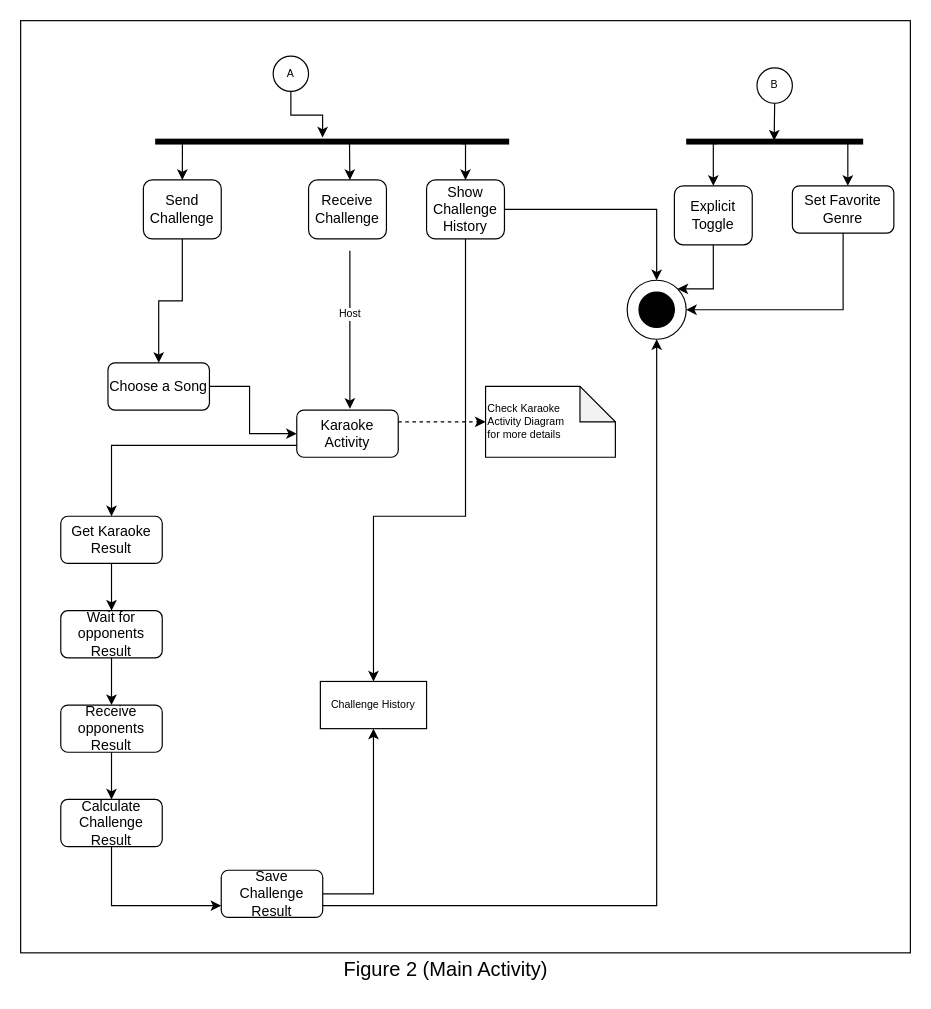
Before: page "Page-2" (2 of 3) of System Analysis/PocketKaraoke Activity Diagram.drawio in FuSan21/PocketKaraoke, a draw.io diagram. Source tidied: cells renumbered, new cells numbered last; positions are measured from the earlier drawing's top-left corner, leaving out a move shared by most shapes. Both pictures are drawn from the tidied source at 118%, with x=0, y=0 at pixel (20, 20).
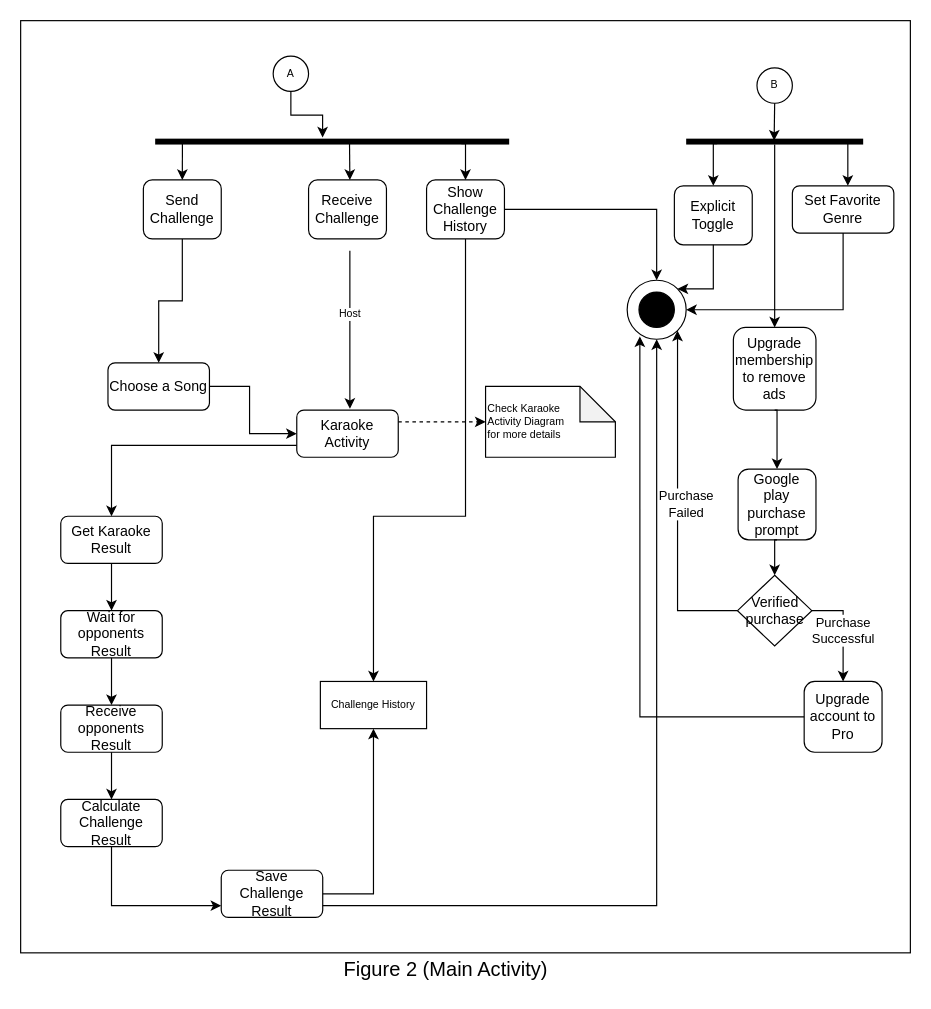
Above is the later version.

The change refers to these unchanged cells:
```xml
<mxCell id="5" style="ellipse;whiteSpace=wrap;html=1;fillColor=none;" parent="1" vertex="1">
  <mxGeometry x="514" y="220" width="50" height="50" as="geometry" />
</mxCell>
<mxCell id="12" style="html=1;points=[];perimeter=orthogonalPerimeter;fillColor=#000000;strokeColor=none;direction=south;" parent="1" vertex="1">
  <mxGeometry x="564" y="100" width="150" height="5" as="geometry" />
</mxCell>
```

The edit, as a diff of the source:
```diff
@@
+    <mxCell id="47" style="edgeStyle=orthogonalEdgeStyle;rounded=0;jettySize=auto;html=1;entryX=0.5;entryY=0;entryDx=0;entryDy=0;" parent="1" edge="1" source="12" target="49">
+      <mxGeometry relative="1" as="geometry" />
+    </mxCell>
+    <mxCell id="48" style="edgeStyle=orthogonalEdgeStyle;rounded=0;jettySize=auto;html=1;exitX=0.5;exitY=1;exitDx=0;exitDy=0;entryX=0.5;entryY=0;entryDx=0;entryDy=0;" parent="1" edge="1" source="49" target="51">
+      <mxGeometry relative="1" as="geometry">
+        <Array as="points">
+          <mxPoint x="641" y="330" />
+        </Array>
+      </mxGeometry>
+    </mxCell>
+    <mxCell id="49" value="Upgrade membership to remove ads" style="rounded=1;whiteSpace=wrap;html=1;fillColor=none;" parent="1" vertex="1">
+      <mxGeometry x="604" y="260" width="70" height="70" as="geometry" />
+    </mxCell>
+    <mxCell id="50" style="edgeStyle=orthogonalEdgeStyle;rounded=0;jettySize=auto;html=1;exitX=0.5;exitY=1;exitDx=0;exitDy=0;entryX=0.5;entryY=0;entryDx=0;entryDy=0;" parent="1" edge="1" source="51" target="54">
+      <mxGeometry relative="1" as="geometry" />
+    </mxCell>
+    <mxCell id="51" value="Google play purchase prompt" style="rounded=1;whiteSpace=wrap;html=1;fillColor=none;" parent="1" vertex="1">
+      <mxGeometry x="608" y="380" width="66" height="60" as="geometry" />
+    </mxCell>
+    <mxCell id="52" value="&lt;div&gt;Purchase&lt;/div&gt;&lt;div&gt;Successful&lt;br&gt;&lt;/div&gt;" style="edgeStyle=orthogonalEdgeStyle;rounded=0;jettySize=auto;html=1;exitX=1;exitY=0.5;exitDx=0;exitDy=0;entryX=0.5;entryY=0;entryDx=0;entryDy=0;" parent="1" edge="1" source="54" target="56">
+      <mxGeometry relative="1" as="geometry" />
+    </mxCell>
+    <mxCell id="53" value="&lt;div&gt;Purchase&lt;/div&gt;&lt;div&gt;Failed&lt;/div&gt;" style="edgeStyle=orthogonalEdgeStyle;rounded=0;jettySize=auto;html=1;exitX=0;exitY=0.5;exitDx=0;exitDy=0;entryX=1;entryY=1;entryDx=0;entryDy=0;" parent="1" edge="1" source="54" target="5">
+      <mxGeometry x="-0.02" y="-7" relative="1" as="geometry" />
+    </mxCell>
+    <mxCell id="54" value="Verified purchase" style="rhombus;whiteSpace=wrap;html=1;" parent="1" vertex="1">
+      <mxGeometry x="607.5" y="470" width="63" height="60" as="geometry" />
+    </mxCell>
+    <mxCell id="55" style="edgeStyle=orthogonalEdgeStyle;rounded=0;jettySize=auto;html=1;exitX=0;exitY=0.5;exitDx=0;exitDy=0;entryX=0.215;entryY=0.952;entryDx=0;entryDy=0;entryPerimeter=0;" parent="1" edge="1" source="56" target="5">
+      <mxGeometry relative="1" as="geometry" />
+    </mxCell>
+    <mxCell id="56" value="Upgrade account to Pro" style="rounded=1;whiteSpace=wrap;html=1;fillColor=none;" parent="1" vertex="1">
+      <mxGeometry x="664" y="560" width="66" height="60" as="geometry" />
+    </mxCell>
```
